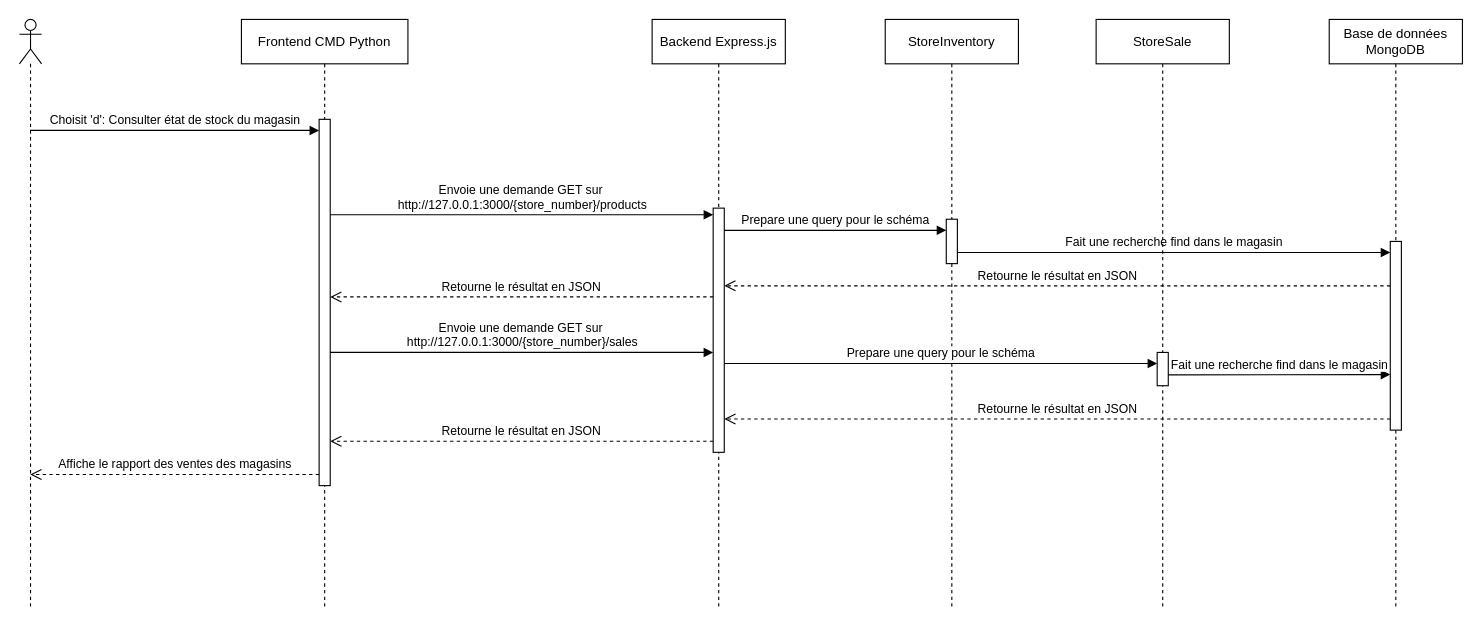
The draw.io diagram docs/UML/Vues_de_processus/diag_rapport_ventes_magasins.drawio in PraMaks/LOG430_Labo_0, before the edit. Source tidied: cells renumbered, new cells numbered last; positions are measured from the earlier drawing's top-left corner, leaving out a move shared by most shapes. Both pictures are drawn from the tidied source at 111%, with x=0, y=0 at pixel (19, 19).
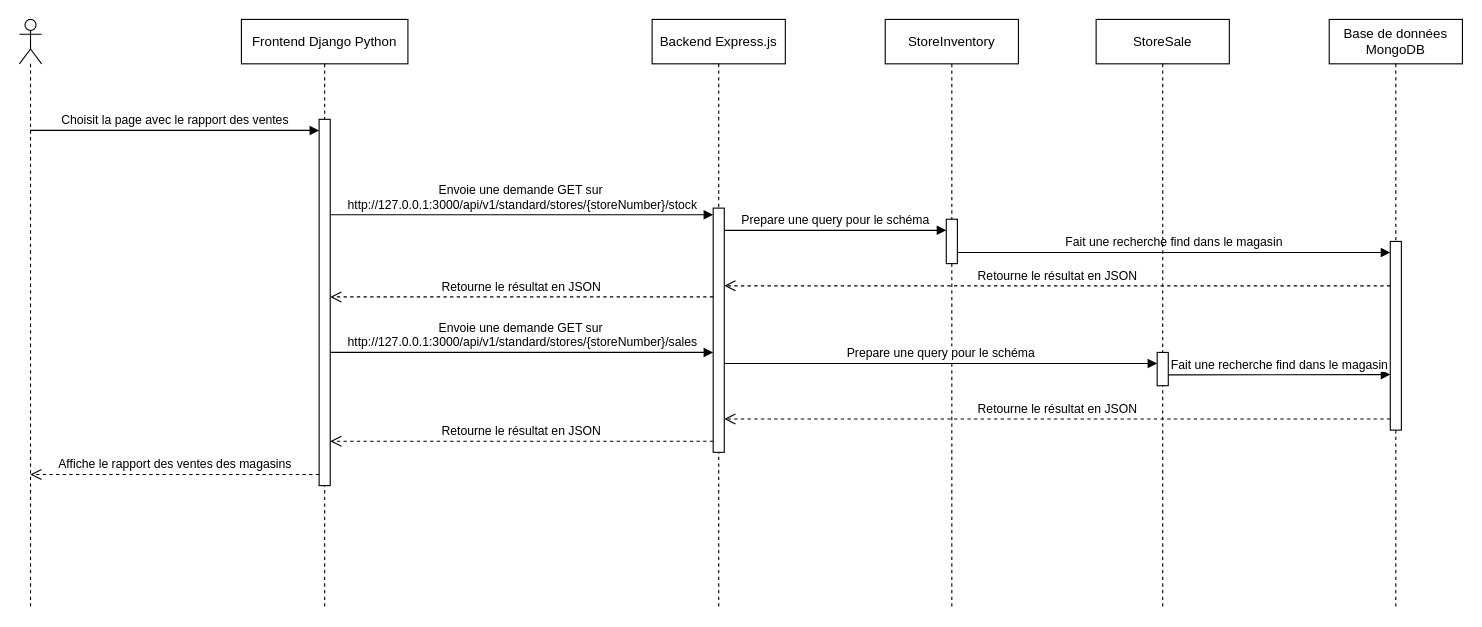
The same page after the edit.

Unchanged cells that the change refers to:
```xml
<mxCell id="3" style="html=1;points=[];perimeter=orthogonalPerimeter;outlineConnect=0;targetShapes=umlLifeline;portConstraint=eastwest;newEdgeStyle={&quot;edgeStyle&quot;:&quot;elbowEdgeStyle&quot;,&quot;elbow&quot;:&quot;vertical&quot;,&quot;curved&quot;:0,&quot;rounded&quot;:0};" parent="2" vertex="1">
  <mxGeometry x="70" y="90" width="10" height="330" as="geometry" />
</mxCell>
<mxCell id="5" style="shape=umlLifeline;perimeter=lifelinePerimeter;whiteSpace=wrap;html=1;outlineConnect=0;portConstraint=eastwest;newEdgeStyle={&quot;curved&quot;:0,&quot;rounded&quot;:0};participant=umlActor;" parent="1" vertex="1">
  <mxGeometry width="20" height="530" as="geometry" />
</mxCell>
<mxCell id="7" style="html=1;points=[];perimeter=orthogonalPerimeter;outlineConnect=0;targetShapes=umlLifeline;portConstraint=eastwest;newEdgeStyle={&quot;edgeStyle&quot;:&quot;elbowEdgeStyle&quot;,&quot;elbow&quot;:&quot;vertical&quot;,&quot;curved&quot;:0,&quot;rounded&quot;:0};" parent="6" vertex="1">
  <mxGeometry x="55" y="170" width="10" height="220" as="geometry" />
</mxCell>
```

Change to the diagram source:
```diff
@@
-    <mxCell id="2" value="Frontend CMD Python" style="shape=umlLifeline;perimeter=lifelinePerimeter;whiteSpace=wrap;html=1;newEdgeStyle={&quot;edgeStyle&quot;:&quot;elbowEdgeStyle&quot;,&quot;elbow&quot;:&quot;vertical&quot;,&quot;curved&quot;:0,&quot;rounded&quot;:0};" parent="1" vertex="1">
+    <mxCell id="2" value="Frontend Django Python" style="shape=umlLifeline;perimeter=lifelinePerimeter;whiteSpace=wrap;html=1;newEdgeStyle={&quot;edgeStyle&quot;:&quot;elbowEdgeStyle&quot;,&quot;elbow&quot;:&quot;vertical&quot;,&quot;curved&quot;:0,&quot;rounded&quot;:0};" parent="1" vertex="1">
       <mxGeometry x="200" width="150" height="530" as="geometry" />
     </mxCell>
@@
-    <mxCell id="4" value="Choisit 'd': Consulter état de stock du magasin" style="html=1;verticalAlign=bottom;endArrow=block;edgeStyle=elbowEdgeStyle;elbow=vertical;curved=0;rounded=0;" parent="1" edge="1" source="5" target="3">
+    <mxCell id="4" value="Choisit la page avec le rapport des ventes" style="html=1;verticalAlign=bottom;endArrow=block;edgeStyle=elbowEdgeStyle;elbow=vertical;curved=0;rounded=0;" parent="1" edge="1" source="5" target="3">
       <mxGeometry relative="1" as="geometry">
         <Array as="points">
           <mxPoint x="105" y="100" />
         </Array>
       </mxGeometry>
     </mxCell>
@@
-    <mxCell id="12" value="Envoie une demande GET sur&amp;nbsp;&lt;div&gt;http://127.0.0.1:3000/{store_number}/products&lt;/div&gt;" style="html=1;verticalAlign=bottom;endArrow=block;edgeStyle=elbowEdgeStyle;elbow=vertical;curved=0;rounded=0;" parent="1" edge="1" source="3">
+    <mxCell id="12" value="Envoie une demande GET sur&amp;nbsp;&lt;div&gt;http://127.0.0.1:3000/api/v1/standard/stores/{storeNumber}/stock&lt;/div&gt;" style="html=1;verticalAlign=bottom;endArrow=block;edgeStyle=elbowEdgeStyle;elbow=vertical;curved=0;rounded=0;" parent="1" edge="1" source="3">
       <mxGeometry relative="1" as="geometry">
         <mxPoint x="625" y="176" as="targetPoint" />
         <Array as="points">
           <mxPoint x="385.5" y="176" />
         </Array>
       </mxGeometry>
     </mxCell>
@@
-    <mxCell id="20" value="Envoie une demande GET sur&amp;nbsp;&lt;div&gt;http://127.0.0.1:3000/{store_number}/sales&lt;/div&gt;" style="html=1;verticalAlign=bottom;endArrow=block;edgeStyle=elbowEdgeStyle;elbow=vertical;curved=0;rounded=0;" parent="1" edge="1" source="3" target="7">
+    <mxCell id="20" value="Envoie une demande GET sur&amp;nbsp;&lt;div&gt;http://127.0.0.1:3000/api/v1/standard/stores/{storeNumber}/sales&lt;/div&gt;" style="html=1;verticalAlign=bottom;endArrow=block;edgeStyle=elbowEdgeStyle;elbow=vertical;curved=0;rounded=0;" parent="1" edge="1" source="3" target="7">
       <mxGeometry relative="1" as="geometry">
         <Array as="points">
           <mxPoint x="405.5" y="300" />
         </Array>
       </mxGeometry>
     </mxCell>
```
